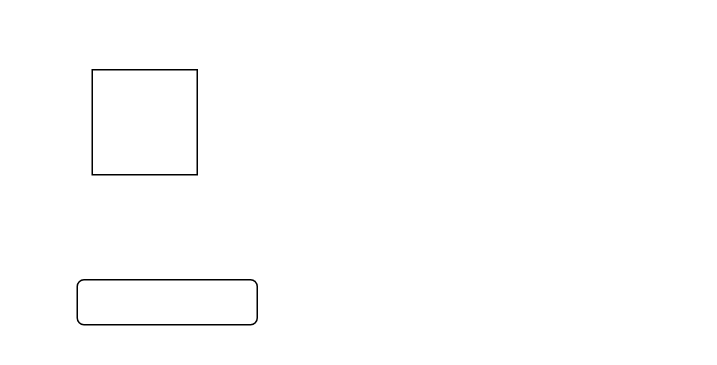
The draw.io diagram Untitled Diagram.drawio in angelmicelti/Experimentos, before the edit. Source tidied: cells renumbered, new cells numbered last; positions are measured from the earlier drawing's top-left corner, leaving out a move shared by most shapes. Both pictures are drawn from the tidied source at 150%, with x=0, y=0 at pixel (76, 69).
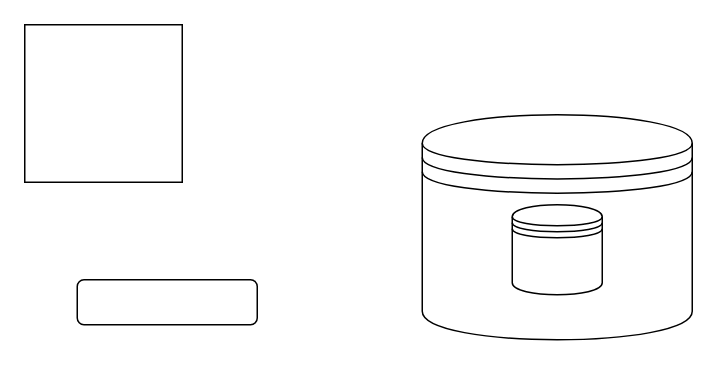
Above is the later version.

The edit, as a diff of the source:
```diff
@@
 <mxGraphModel>
   <root>
     <mxCell id="0" />
     <mxCell id="1" parent="0" />
+    <mxCell id="4" style="shape=datastore;whiteSpace=wrap;html=1;" parent="1" vertex="1">
+      <mxGeometry x="230" y="30" width="180" height="150" as="geometry" />
+    </mxCell>
     <mxCell id="2" style="whiteSpace=wrap;html=1;" parent="1" vertex="1">
-      <mxGeometry x="10" width="70" height="70" as="geometry" />
+      <mxGeometry x="-35" y="-30" width="105" height="105" as="geometry" />
     </mxCell>
     <mxCell id="3" style="rounded=1;whiteSpace=wrap;html=1;" parent="1" vertex="1">
       <mxGeometry y="140" width="120" height="30" as="geometry" />
     </mxCell>
+    <mxCell id="5" style="shape=datastore;whiteSpace=wrap;html=1;" parent="1" vertex="1">
+      <mxGeometry x="290" y="90" width="60" height="60" as="geometry" />
+    </mxCell>
   </root>
 </mxGraphModel>
```
